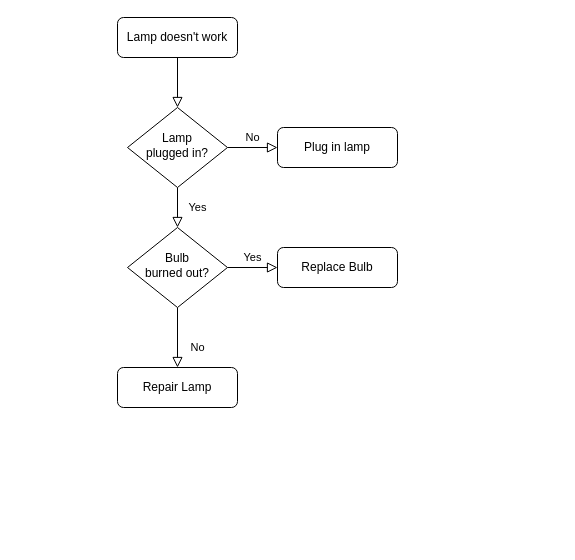
Earlier version of the draw.io diagram Untitled Diagram.drawio (RabindraMishra-AIDS/Data-Analytics-Course-Work). Source tidied: cells renumbered, new cells numbered last; positions are measured from the earlier drawing's top-left corner, leaving out a move shared by most shapes. Both pictures are drawn from the tidied source at 100%, with x=0, y=0 at pixel (117, 17).
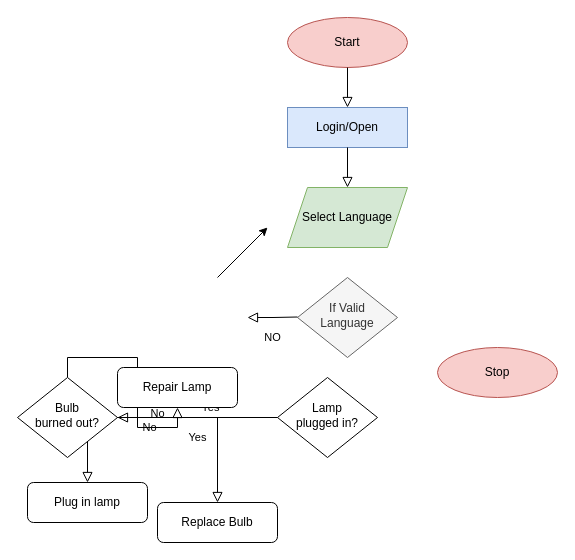
The same page after the edit.

Change to the diagram source:
```diff
@@
-    <mxCell id="2" style="rounded=0;html=1;jettySize=auto;fontSize=11;endArrow=block;endFill=0;endSize=8;strokeWidth=1;shadow=0;labelBackgroundColor=none;edgeStyle=orthogonalEdgeStyle;" parent="1" edge="1" source="3" target="6">
-      <mxGeometry relative="1" as="geometry" />
-    </mxCell>
-    <mxCell id="3" value="Lamp doesn't work" style="rounded=1;whiteSpace=wrap;html=1;fontSize=12;glass=0;strokeWidth=1;shadow=0;" parent="1" vertex="1">
-      <mxGeometry width="120" height="40" as="geometry" />
-    </mxCell>
@@
     <mxCell id="6" value="Lamp&lt;br&gt;plugged in?" style="rhombus;whiteSpace=wrap;html=1;shadow=0;fontFamily=Helvetica;fontSize=12;align=center;strokeWidth=1;spacing=6;spacingTop=-4;" parent="1" vertex="1">
-      <mxGeometry x="10" y="90" width="100" height="80" as="geometry" />
+      <mxGeometry x="160" y="360" width="100" height="80" as="geometry" />
     </mxCell>
     <mxCell id="7" value="Plug in lamp" style="rounded=1;whiteSpace=wrap;html=1;fontSize=12;glass=0;strokeWidth=1;shadow=0;" parent="1" vertex="1">
-      <mxGeometry x="160" y="110" width="120" height="40" as="geometry" />
+      <mxGeometry x="-90" y="465" width="120" height="40" as="geometry" />
     </mxCell>
@@
     <mxCell id="10" value="Bulb&lt;br&gt;burned out?" style="rhombus;whiteSpace=wrap;html=1;shadow=0;fontFamily=Helvetica;fontSize=12;align=center;strokeWidth=1;spacing=6;spacingTop=-4;" parent="1" vertex="1">
-      <mxGeometry x="10" y="210" width="100" height="80" as="geometry" />
+      <mxGeometry x="-100" y="360" width="100" height="80" as="geometry" />
     </mxCell>
@@
     <mxCell id="12" value="Replace Bulb" style="rounded=1;whiteSpace=wrap;html=1;fontSize=12;glass=0;strokeWidth=1;shadow=0;" parent="1" vertex="1">
-      <mxGeometry x="160" y="230" width="120" height="40" as="geometry" />
+      <mxGeometry x="40" y="485" width="120" height="40" as="geometry" />
     </mxCell>
+    <mxCell id="13" value="Start" style="ellipse;whiteSpace=wrap;html=1;fillColor=#f8cecc;strokeColor=#b85450;" parent="1" vertex="1">
+      <mxGeometry x="170" width="120" height="50" as="geometry" />
+    </mxCell>
+    <mxCell id="14" value="Stop" style="ellipse;whiteSpace=wrap;html=1;fillColor=#f8cecc;strokeColor=#b85450;" parent="1" vertex="1">
+      <mxGeometry x="320" y="330" width="120" height="50" as="geometry" />
+    </mxCell>
+    <mxCell id="15" value="Login/Open" style="rounded=0;whiteSpace=wrap;html=1;fillColor=#dae8fc;strokeColor=#6c8ebf;" parent="1" vertex="1">
+      <mxGeometry x="170" y="90" width="120" height="40" as="geometry" />
+    </mxCell>
+    <mxCell id="16" style="edgeStyle=orthogonalEdgeStyle;rounded=0;html=1;jettySize=auto;fontSize=11;endArrow=block;endFill=0;endSize=8;strokeWidth=1;shadow=0;labelBackgroundColor=none;exitX=0.5;exitY=1;exitDx=0;exitDy=0;entryX=0.5;entryY=0;entryDx=0;entryDy=0;" parent="1" edge="1" source="13" target="15">
+      <mxGeometry y="10" relative="1" as="geometry" />
+    </mxCell>
+    <mxCell id="17" value="Select Language" style="shape=parallelogram;perimeter=parallelogramPerimeter;whiteSpace=wrap;html=1;fixedSize=1;fillColor=#d5e8d4;strokeColor=#82b366;" parent="1" vertex="1">
+      <mxGeometry x="170" y="170" width="120" height="60" as="geometry" />
+    </mxCell>
+    <mxCell id="18" style="edgeStyle=orthogonalEdgeStyle;rounded=0;html=1;jettySize=auto;fontSize=11;endArrow=block;endFill=0;endSize=8;strokeWidth=1;shadow=0;labelBackgroundColor=none;exitX=0.5;exitY=1;exitDx=0;exitDy=0;entryX=0.5;entryY=0;entryDx=0;entryDy=0;" parent="1" edge="1" source="15" target="17">
+      <mxGeometry y="10" relative="1" as="geometry" />
+    </mxCell>
+    <mxCell id="19" value="If Valid Language" style="rhombus;whiteSpace=wrap;html=1;shadow=0;fontFamily=Helvetica;fontSize=12;align=center;strokeWidth=1;spacing=6;spacingTop=-4;fillColor=#f5f5f5;fontColor=#333333;strokeColor=#666666;" parent="1" vertex="1">
+      <mxGeometry x="180" y="260" width="100" height="80" as="geometry" />
+    </mxCell>
+    <mxCell id="20" value="NO" style="rounded=0;html=1;jettySize=auto;orthogonalLoop=1;fontSize=11;endArrow=block;endFill=0;endSize=8;strokeWidth=1;shadow=0;labelBackgroundColor=none;edgeStyle=orthogonalEdgeStyle;" parent="1" edge="1">
+      <mxGeometry y="20" relative="1" as="geometry">
+        <mxPoint x="180" y="299.5" as="sourcePoint" />
+        <mxPoint x="130" y="300" as="targetPoint" />
+      </mxGeometry>
+    </mxCell>
+    <mxCell id="21" style="endArrow=classic;html=1;rounded=0;horizontal=1;verticalAlign=bottom;fontSize=11;spacingBottom=8;" parent="1" edge="1">
+      <mxGeometry relative="1" as="geometry">
+        <mxPoint x="100" y="260" as="sourcePoint" />
+        <mxPoint x="150" y="210" as="targetPoint" />
+      </mxGeometry>
+    </mxCell>
```
